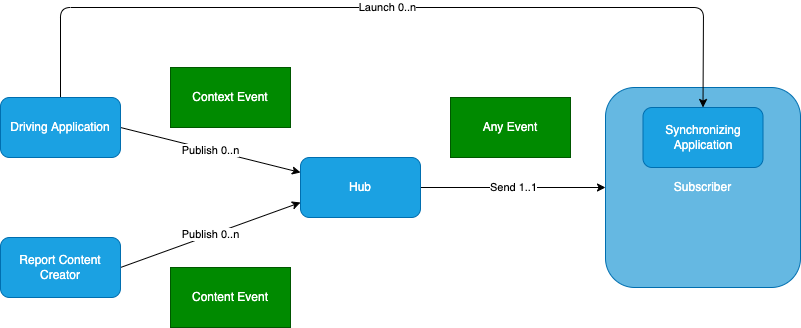
IHE/RAD.IRA keeps this draw.io diagram as input/images/interaction_model.png. Above is the earlier version. Source tidied: cells renumbered, new cells last; positions are measured from the earlier drawing's top-left corner, leaving out a move shared by most shapes. Its diagram source:
```xml
<mxGraphModel>
  <root>
    <mxCell id="0" />
    <mxCell id="1" parent="0" />
    <mxCell id="2" value="Subscriber" style="whiteSpace=wrap;html=1;rounded=1;fillColor=#65b8e2;fontColor=#ffffff;strokeColor=#006EAF;" parent="1" vertex="1">
      <mxGeometry x="605" y="80" width="195" height="200" as="geometry" />
    </mxCell>
    <mxCell id="3" value="Send 1..1" style="edgeStyle=none;html=1;exitX=1;exitY=0.5;exitDx=0;exitDy=0;entryX=0;entryY=0.5;entryDx=0;entryDy=0;startArrow=none;startFill=0;endArrow=classic;endFill=1;" parent="1" edge="1" source="4" target="2">
      <mxGeometry relative="1" as="geometry" />
    </mxCell>
    <mxCell id="4" value="Hub" style="rounded=1;whiteSpace=wrap;html=1;fillColor=#1ba1e2;fontColor=#ffffff;strokeColor=#006EAF;" parent="1" vertex="1">
      <mxGeometry x="300" y="150" width="120" height="60" as="geometry" />
    </mxCell>
    <mxCell id="5" value="Publish 0..n" style="edgeStyle=none;html=1;exitX=1;exitY=0.5;exitDx=0;exitDy=0;startArrow=none;startFill=0;endArrow=classic;endFill=1;entryX=0;entryY=0.25;entryDx=0;entryDy=0;" parent="1" edge="1" source="7" target="4">
      <mxGeometry relative="1" as="geometry" />
    </mxCell>
    <mxCell id="6" value="Launch 0..n" style="edgeStyle=none;html=1;entryX=0.5;entryY=0;entryDx=0;entryDy=0;startArrow=none;startFill=0;endArrow=classic;endFill=1;" parent="1" edge="1" source="7" target="13">
      <mxGeometry relative="1" as="geometry">
        <Array as="points">
          <mxPoint x="60" />
          <mxPoint x="380" />
          <mxPoint x="703" />
        </Array>
      </mxGeometry>
    </mxCell>
    <mxCell id="7" value="Driving Application" style="whiteSpace=wrap;html=1;rounded=1;fillColor=#1ba1e2;fontColor=#ffffff;strokeColor=#006EAF;" parent="1" vertex="1">
      <mxGeometry y="90" width="120" height="60" as="geometry" />
    </mxCell>
    <mxCell id="8" value="Context Event" style="whiteSpace=wrap;html=1;rounded=0;fillColor=#008a00;fontColor=#ffffff;strokeColor=#005700;" parent="1" vertex="1">
      <mxGeometry x="170" y="60" width="120" height="60" as="geometry" />
    </mxCell>
    <mxCell id="9" value="Publish 0..n" style="edgeStyle=none;html=1;exitX=1;exitY=0.5;exitDx=0;exitDy=0;entryX=0;entryY=0.75;entryDx=0;entryDy=0;startArrow=none;startFill=0;endArrow=classic;endFill=1;" parent="1" edge="1" source="10" target="4">
      <mxGeometry relative="1" as="geometry" />
    </mxCell>
    <mxCell id="10" value="Report Content Creator" style="whiteSpace=wrap;html=1;rounded=1;fillColor=#1ba1e2;fontColor=#ffffff;strokeColor=#006EAF;" parent="1" vertex="1">
      <mxGeometry y="230" width="120" height="60" as="geometry" />
    </mxCell>
    <mxCell id="11" value="Content Event" style="whiteSpace=wrap;html=1;rounded=0;fillColor=#008a00;fontColor=#ffffff;strokeColor=#005700;" parent="1" vertex="1">
      <mxGeometry x="170" y="260" width="120" height="60" as="geometry" />
    </mxCell>
    <mxCell id="12" value="Any Event" style="whiteSpace=wrap;html=1;rounded=0;fillColor=#008a00;fontColor=#ffffff;strokeColor=#005700;" parent="1" vertex="1">
      <mxGeometry x="450" y="90" width="120" height="60" as="geometry" />
    </mxCell>
    <mxCell id="13" value="Synchronizing Application" style="whiteSpace=wrap;html=1;rounded=1;fillColor=#1ba1e2;fontColor=#ffffff;strokeColor=#006EAF;" parent="1" vertex="1">
      <mxGeometry x="642.5" y="100" width="120" height="60" as="geometry" />
    </mxCell>
  </root>
</mxGraphModel>
```
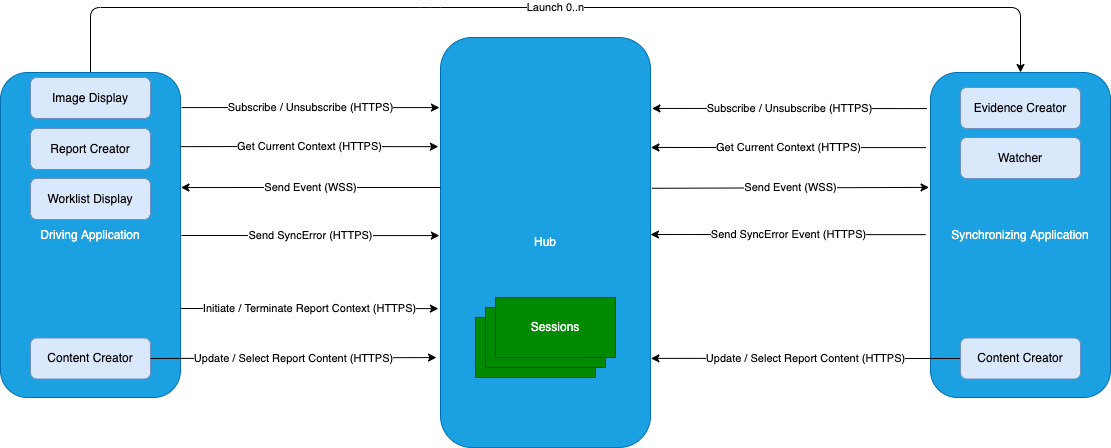
Above is the later version.

Commit message:
Updated data model and interaction model.

Diff of the diagram source:
```diff
@@ -2,47 +2,124 @@
   <root>
     <mxCell id="0" />
     <mxCell id="1" parent="0" />
-    <mxCell id="2" value="Subscriber" style="whiteSpace=wrap;html=1;rounded=1;fillColor=#65b8e2;fontColor=#ffffff;strokeColor=#006EAF;" parent="1" vertex="1">
-      <mxGeometry x="605" y="80" width="195" height="200" as="geometry" />
-    </mxCell>
-    <mxCell id="3" value="Send 1..1" style="edgeStyle=none;html=1;exitX=1;exitY=0.5;exitDx=0;exitDy=0;entryX=0;entryY=0.5;entryDx=0;entryDy=0;startArrow=none;startFill=0;endArrow=classic;endFill=1;" parent="1" edge="1" source="4" target="2">
-      <mxGeometry relative="1" as="geometry" />
+    <mxCell id="3" value="Send Event (WSS)" style="edgeStyle=none;html=1;exitX=1.007;exitY=0.319;exitDx=0;exitDy=0;entryX=-0.008;entryY=0.292;entryDx=0;entryDy=0;startArrow=none;startFill=0;endArrow=classic;endFill=1;exitPerimeter=0;entryPerimeter=0;" parent="1" edge="1">
+      <mxGeometry relative="1" as="geometry">
+        <mxPoint x="591.5" y="230.8" as="sourcePoint" />
+        <mxPoint x="868.6" y="229.9" as="targetPoint" />
+      </mxGeometry>
     </mxCell>
+    <mxCell id="14" value="Subscribe / Unsubscribe (HTTPS)" style="edgeStyle=none;html=1;entryX=-0.019;entryY=0.111;entryDx=0;entryDy=0;startArrow=classic;startFill=1;endArrow=none;endFill=0;entryPerimeter=0;exitX=1.007;exitY=0.173;exitDx=0;exitDy=0;exitPerimeter=0;" parent="1" edge="1" source="4" target="13">
+      <mxGeometry relative="1" as="geometry" />
+    </mxCell>
     <mxCell id="4" value="Hub" style="rounded=1;whiteSpace=wrap;html=1;fillColor=#1ba1e2;fontColor=#ffffff;strokeColor=#006EAF;" parent="1" vertex="1">
-      <mxGeometry x="300" y="150" width="120" height="60" as="geometry" />
+      <mxGeometry x="380" y="80" width="210" height="410" as="geometry" />
     </mxCell>
+    <mxCell id="6" value="Launch 0..n" style="edgeStyle=none;html=1;entryX=0.5;entryY=0;entryDx=0;entryDy=0;startArrow=none;startFill=0;endArrow=classic;endFill=1;exitX=0.5;exitY=0;exitDx=0;exitDy=0;" parent="1" edge="1" source="7" target="13">
+      <mxGeometry relative="1" as="geometry">
+        <Array as="points">
+          <mxPoint x="30" y="50" />
+          <mxPoint x="370" y="50" />
+          <mxPoint x="960" y="50" />
+        </Array>
+      </mxGeometry>
+    </mxCell>
-    <mxCell id="5" value="Publish 0..n" style="edgeStyle=none;html=1;exitX=1;exitY=0.5;exitDx=0;exitDy=0;startArrow=none;startFill=0;endArrow=classic;endFill=1;entryX=0;entryY=0.25;entryDx=0;entryDy=0;" parent="1" edge="1" source="7" target="4">
-      <mxGeometry relative="1" as="geometry" />
+    <mxCell id="5" value="Subscribe / Unsubscribe (HTTPS)" style="edgeStyle=none;html=1;exitX=1.006;exitY=0.108;exitDx=0;exitDy=0;entryX=-0.005;entryY=0.171;entryDx=0;entryDy=0;startArrow=none;startFill=0;endArrow=classic;endFill=1;exitPerimeter=0;entryPerimeter=0;" parent="1" edge="1" source="7" target="4">
+      <mxGeometry relative="1" as="geometry">
+        <Array as="points">
+          <mxPoint x="200" y="150" />
+        </Array>
+      </mxGeometry>
     </mxCell>
-    <mxCell id="6" value="Launch 0..n" style="edgeStyle=none;html=1;entryX=0.5;entryY=0;entryDx=0;entryDy=0;startArrow=none;startFill=0;endArrow=classic;endFill=1;" parent="1" edge="1" source="7" target="13">
-      <mxGeometry relative="1" as="geometry">
-        <Array as="points">
-          <mxPoint x="60" />
-          <mxPoint x="380" />
-          <mxPoint x="703" />
-        </Array>
-      </mxGeometry>
-    </mxCell>
+    <mxCell id="15" style="group;" parent="1" vertex="1">
+      <mxGeometry x="415" y="340" width="140" height="80" as="geometry" />
+    </mxCell>
+    <mxCell id="16" value="Sessions" style="whiteSpace=wrap;html=1;rounded=0;fillColor=#008a00;fontColor=#ffffff;strokeColor=#005700;" parent="15" vertex="1">
+      <mxGeometry y="20" width="120" height="60" as="geometry" />
+    </mxCell>
+    <mxCell id="17" value="Sessions" style="whiteSpace=wrap;html=1;rounded=0;fillColor=#008a00;fontColor=#ffffff;strokeColor=#005700;" parent="15" vertex="1">
+      <mxGeometry x="10" y="10" width="120" height="60" as="geometry" />
+    </mxCell>
+    <mxCell id="18" value="Sessions" style="whiteSpace=wrap;html=1;rounded=0;fillColor=#008a00;fontColor=#ffffff;strokeColor=#005700;" parent="15" vertex="1">
+      <mxGeometry x="20" width="120" height="60" as="geometry" />
+    </mxCell>
+    <mxCell id="13" value="Synchronizing Application" style="whiteSpace=wrap;html=1;rounded=1;fillColor=#1ba1e2;fontColor=#ffffff;strokeColor=#006EAF;" parent="1" vertex="1">
+      <mxGeometry x="870" y="115" width="180" height="325" as="geometry" />
+    </mxCell>
     <mxCell id="7" value="Driving Application" style="whiteSpace=wrap;html=1;rounded=1;fillColor=#1ba1e2;fontColor=#ffffff;strokeColor=#006EAF;" parent="1" vertex="1">
-      <mxGeometry y="90" width="120" height="60" as="geometry" />
+      <mxGeometry x="-60" y="115" width="180" height="325" as="geometry" />
     </mxCell>
-    <mxCell id="8" value="Context Event" style="whiteSpace=wrap;html=1;rounded=0;fillColor=#008a00;fontColor=#ffffff;strokeColor=#005700;" parent="1" vertex="1">
-      <mxGeometry x="170" y="60" width="120" height="60" as="geometry" />
-    </mxCell>
+    <mxCell id="19" value="Update / Select Report Content (HTTPS)" style="edgeStyle=none;html=1;exitX=0;exitY=0.5;exitDx=0;exitDy=0;startArrow=none;startFill=0;endArrow=classic;endFill=1;entryX=1.002;entryY=0.707;entryDx=0;entryDy=0;entryPerimeter=0;" parent="1" edge="1" source="20">
+      <mxGeometry relative="1" as="geometry">
+        <mxPoint x="590.4" y="400.9" as="targetPoint" />
+      </mxGeometry>
+    </mxCell>
+    <mxCell id="20" value="Content Creator" style="whiteSpace=wrap;html=1;rounded=1;fillColor=#dae8fc;strokeColor=#6c8ebf;" parent="1" vertex="1">
+      <mxGeometry x="900" y="380.5" width="120" height="41" as="geometry" />
+    </mxCell>
+    <mxCell id="21" value="Content Creator" style="whiteSpace=wrap;html=1;rounded=1;fillColor=#dae8fc;strokeColor=#6c8ebf;" parent="1" vertex="1">
+      <mxGeometry x="-30" y="380.5" width="120" height="41" as="geometry" />
+    </mxCell>
-    <mxCell id="9" value="Publish 0..n" style="edgeStyle=none;html=1;exitX=1;exitY=0.5;exitDx=0;exitDy=0;entryX=0;entryY=0.75;entryDx=0;entryDy=0;startArrow=none;startFill=0;endArrow=classic;endFill=1;" parent="1" edge="1" source="10" target="4">
-      <mxGeometry relative="1" as="geometry" />
+    <mxCell id="9" value="Update / Select Report Content (HTTPS)" style="edgeStyle=none;html=1;startArrow=none;startFill=0;endArrow=classic;endFill=1;entryX=-0.019;entryY=0.705;entryDx=0;entryDy=0;entryPerimeter=0;exitX=1;exitY=0.5;exitDx=0;exitDy=0;" parent="1" edge="1" source="21">
+      <mxGeometry relative="1" as="geometry">
+        <mxPoint x="376" y="400" as="targetPoint" />
+      </mxGeometry>
     </mxCell>
-    <mxCell id="10" value="Report Content Creator" style="whiteSpace=wrap;html=1;rounded=1;fillColor=#1ba1e2;fontColor=#ffffff;strokeColor=#006EAF;" parent="1" vertex="1">
-      <mxGeometry y="230" width="120" height="60" as="geometry" />
-    </mxCell>
-    <mxCell id="11" value="Content Event" style="whiteSpace=wrap;html=1;rounded=0;fillColor=#008a00;fontColor=#ffffff;strokeColor=#005700;" parent="1" vertex="1">
-      <mxGeometry x="170" y="260" width="120" height="60" as="geometry" />
-    </mxCell>
-    <mxCell id="12" value="Any Event" style="whiteSpace=wrap;html=1;rounded=0;fillColor=#008a00;fontColor=#ffffff;strokeColor=#005700;" parent="1" vertex="1">
-      <mxGeometry x="450" y="90" width="120" height="60" as="geometry" />
-    </mxCell>
-    <mxCell id="13" value="Synchronizing Application" style="whiteSpace=wrap;html=1;rounded=1;fillColor=#1ba1e2;fontColor=#ffffff;strokeColor=#006EAF;" parent="1" vertex="1">
-      <mxGeometry x="642.5" y="100" width="120" height="60" as="geometry" />
-    </mxCell>
+    <mxCell id="22" value="Send Event (WSS)" style="edgeStyle=none;html=1;exitX=1;exitY=0.5;exitDx=0;exitDy=0;startArrow=classic;startFill=1;endArrow=none;endFill=0;entryX=-0.002;entryY=0.317;entryDx=0;entryDy=0;entryPerimeter=0;" parent="1" edge="1">
+      <mxGeometry relative="1" as="geometry">
+        <mxPoint x="120.4" y="230" as="sourcePoint" />
+        <mxPoint x="380" y="230" as="targetPoint" />
+      </mxGeometry>
+    </mxCell>
+    <mxCell id="23" value="Initiate / Terminate Report Context (HTTPS)" style="edgeStyle=none;html=1;entryX=-0.005;entryY=0.171;entryDx=0;entryDy=0;startArrow=none;startFill=0;endArrow=classic;endFill=1;entryPerimeter=0;" parent="1" edge="1">
+      <mxGeometry relative="1" as="geometry">
+        <mxPoint x="120" y="351" as="sourcePoint" />
+        <mxPoint x="377.9" y="351.1" as="targetPoint" />
+        <Array as="points">
+          <mxPoint x="198.9" y="351" />
+        </Array>
+      </mxGeometry>
+    </mxCell>
+    <mxCell id="24" value="Get Current Context (HTTPS)" style="edgeStyle=none;html=1;entryX=-0.019;entryY=0.111;entryDx=0;entryDy=0;startArrow=classic;startFill=1;endArrow=none;endFill=0;entryPerimeter=0;exitX=1.007;exitY=0.173;exitDx=0;exitDy=0;exitPerimeter=0;" parent="1" edge="1">
+      <mxGeometry relative="1" as="geometry">
+        <mxPoint x="590.4" y="190" as="sourcePoint" />
+        <mxPoint x="865.5" y="190.1" as="targetPoint" />
+      </mxGeometry>
+    </mxCell>
+    <mxCell id="25" value="Get Current Context (HTTPS)" style="edgeStyle=none;html=1;exitX=1.006;exitY=0.108;exitDx=0;exitDy=0;entryX=-0.005;entryY=0.171;entryDx=0;entryDy=0;startArrow=none;startFill=0;endArrow=classic;endFill=1;exitPerimeter=0;entryPerimeter=0;" parent="1" edge="1">
+      <mxGeometry relative="1" as="geometry">
+        <mxPoint x="120" y="189.1" as="sourcePoint" />
+        <mxPoint x="377.9" y="189.1" as="targetPoint" />
+        <Array as="points">
+          <mxPoint x="198.9" y="189" />
+        </Array>
+      </mxGeometry>
+    </mxCell>
+    <mxCell id="26" value="Send SyncError (HTTPS)" style="edgeStyle=none;html=1;entryX=-0.005;entryY=0.171;entryDx=0;entryDy=0;startArrow=none;startFill=0;endArrow=classic;endFill=1;entryPerimeter=0;" parent="1" edge="1">
+      <mxGeometry relative="1" as="geometry">
+        <mxPoint x="121" y="278" as="sourcePoint" />
+        <mxPoint x="378.9" y="278.1" as="targetPoint" />
+      </mxGeometry>
+    </mxCell>
+    <mxCell id="27" value="Send SyncError Event (HTTPS)" style="edgeStyle=none;html=1;entryX=-0.019;entryY=0.111;entryDx=0;entryDy=0;startArrow=classic;startFill=1;endArrow=none;endFill=0;entryPerimeter=0;exitX=1.007;exitY=0.173;exitDx=0;exitDy=0;exitPerimeter=0;" parent="1" edge="1">
+      <mxGeometry relative="1" as="geometry">
+        <mxPoint x="590" y="277" as="sourcePoint" />
+        <mxPoint x="865.1" y="277.1" as="targetPoint" />
+      </mxGeometry>
+    </mxCell>
+    <mxCell id="28" value="Image Display" style="whiteSpace=wrap;html=1;rounded=1;fillColor=#dae8fc;strokeColor=#6c8ebf;" parent="1" vertex="1">
+      <mxGeometry x="-30" y="120" width="120" height="41" as="geometry" />
+    </mxCell>
+    <mxCell id="29" value="Report Creator" style="whiteSpace=wrap;html=1;rounded=1;fillColor=#dae8fc;strokeColor=#6c8ebf;" parent="1" vertex="1">
+      <mxGeometry x="-30" y="171" width="120" height="41" as="geometry" />
+    </mxCell>
+    <mxCell id="30" value="Worklist Display" style="whiteSpace=wrap;html=1;rounded=1;fillColor=#dae8fc;strokeColor=#6c8ebf;" parent="1" vertex="1">
+      <mxGeometry x="-30" y="221" width="120" height="41" as="geometry" />
+    </mxCell>
+    <mxCell id="31" value="Evidence Creator" style="whiteSpace=wrap;html=1;rounded=1;fillColor=#dae8fc;strokeColor=#6c8ebf;" parent="1" vertex="1">
+      <mxGeometry x="900" y="130" width="120" height="41" as="geometry" />
+    </mxCell>
+    <mxCell id="32" value="Watcher" style="whiteSpace=wrap;html=1;rounded=1;fillColor=#dae8fc;strokeColor=#6c8ebf;" parent="1" vertex="1">
+      <mxGeometry x="900" y="180" width="120" height="41" as="geometry" />
+    </mxCell>
   </root>
 </mxGraphModel>
```
